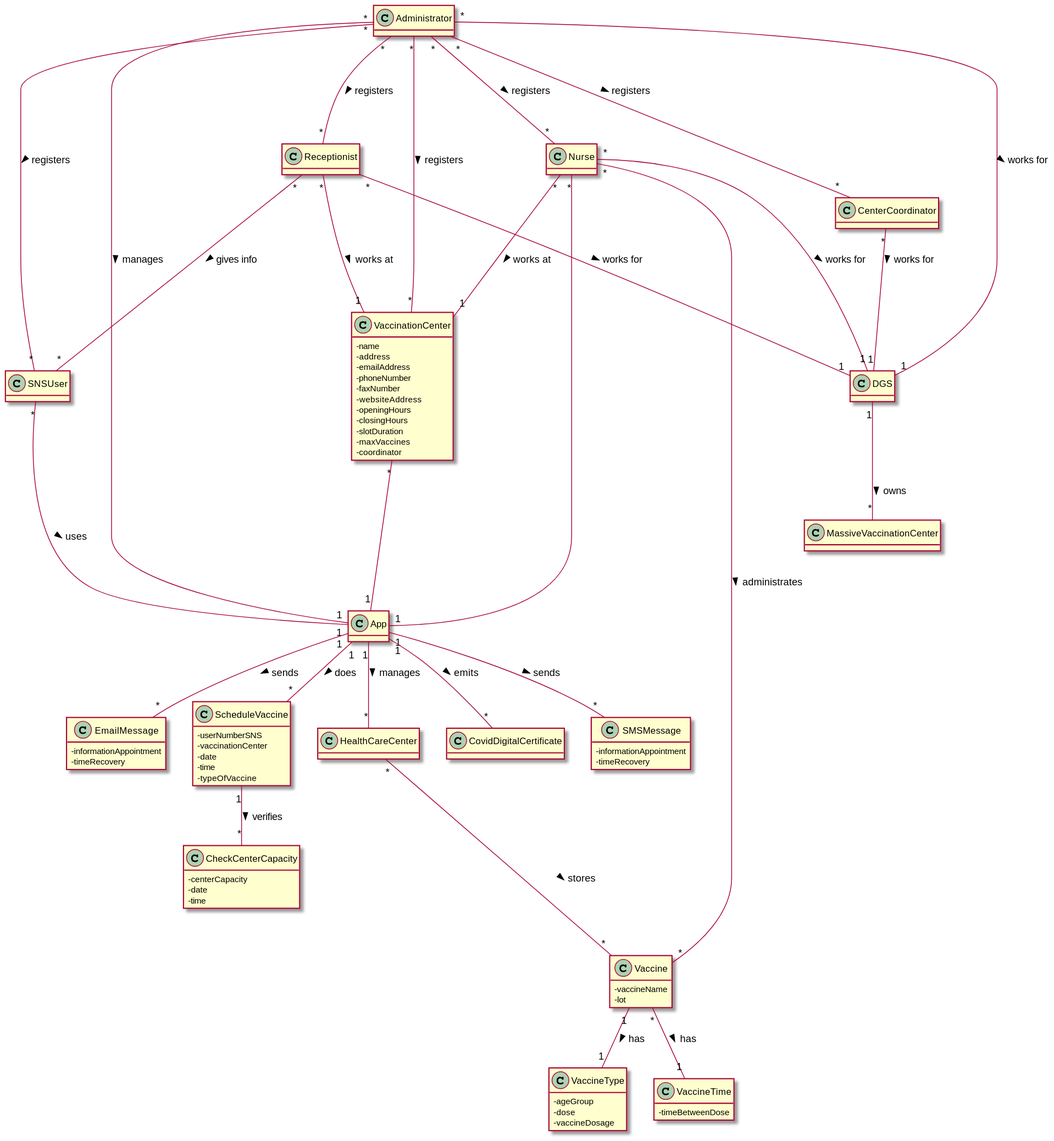
Before: docs/SprintA/DM.svg, a diagram exported from PlantUML (PedroMesquita1211171/VaccinationManager).
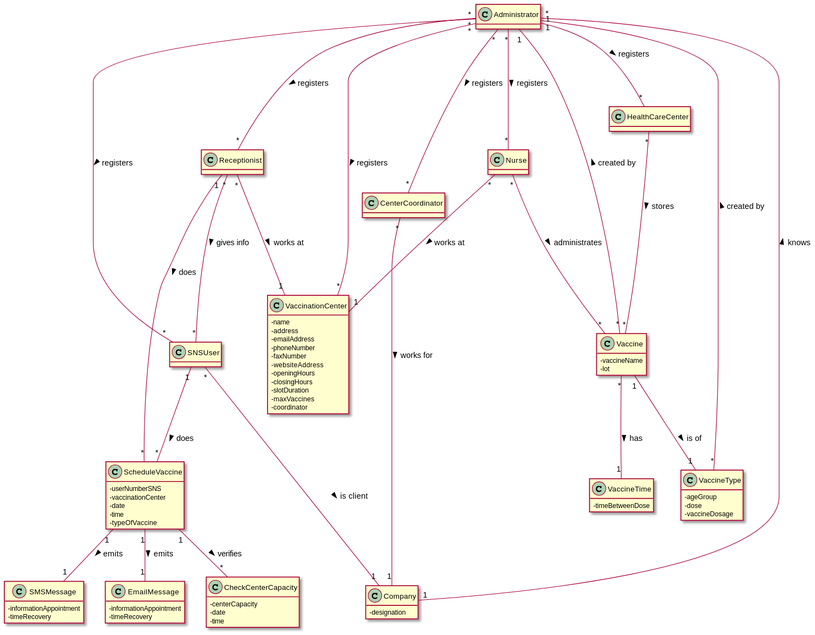
After the change.

Change to the diagram source:
```diff
@@ -20,16 +20,8 @@
 class HealthCareCenter {
 }
 
-class DGS {
-}
-
-class MassiveVaccinationCenter {
-}
-
-class CovidDigitalCertificate {
-}
-
-class App{
+class Company {
+- designation
 }
 
 class SMSMessage {
@@ -90,28 +82,33 @@
 Administrator "*"---"*" Receptionist : registers >
 Administrator "*"---"*" SNSUser : registers >
 Administrator "*"---"*" VaccinationCenter : registers >
-Administrator "*"---"1" App : manages >
-Administrator "*"---"1" DGS : works for >
-SNSUser "*"---"1" App : uses >
-VaccinationCenter "*"---"1" App
-Nurse "*"---"1" App
-Nurse "*"---"1" DGS : works for >
+
+
+Company "1"---"*" Administrator : knows >
+SNSUser "*"---"1" Company : is client >
+
+
+
 Nurse "*"---"*" Vaccine : administrates >
 Nurse "*"---"1" VaccinationCenter : works at >
+
 Receptionist "*"---"*" SNSUser : gives info >
 Receptionist "*"---"1" VaccinationCenter : works at >
-Receptionist "*"---"1" DGS : works for >
-CenterCoordinator "*"--"1" DGS : works for >
-DGS "1"--"*" MassiveVaccinationCenter : owns >
-Vaccine "1"--"1" VaccineType : has >
+
+CenterCoordinator "*"--"1" Company : works for >
+Vaccine "1"--"1" VaccineType : is of >
 Vaccine "*"--"1" VaccineTime : has >
-App "1"--"*" ScheduleVaccine : does >
-App "1"--"*" SMSMessage : sends >
-App "1"--"*" HealthCareCenter : manages >
-App "1"--"*" CovidDigitalCertificate : emits >
-App "1"--"*" EmailMessage : sends >
+
 ScheduleVaccine "1"--"*" CheckCenterCapacity : verifies >
 HealthCareCenter "*"---"*" Vaccine : stores >
+VaccineType "*"--"1" Administrator : created by >
+Vaccine "*"--"1" Administrator : created by >
+
+Receptionist "1"--"*" ScheduleVaccine : does >
+ScheduleVaccine "1"--"1" EmailMessage : emits >
+ScheduleVaccine "1"--"1" SMSMessage : emits >
+SNSUser "1"--"*" ScheduleVaccine : does >
+Administrator "1"--"*" HealthCareCenter : registers >
 
 
 
```
